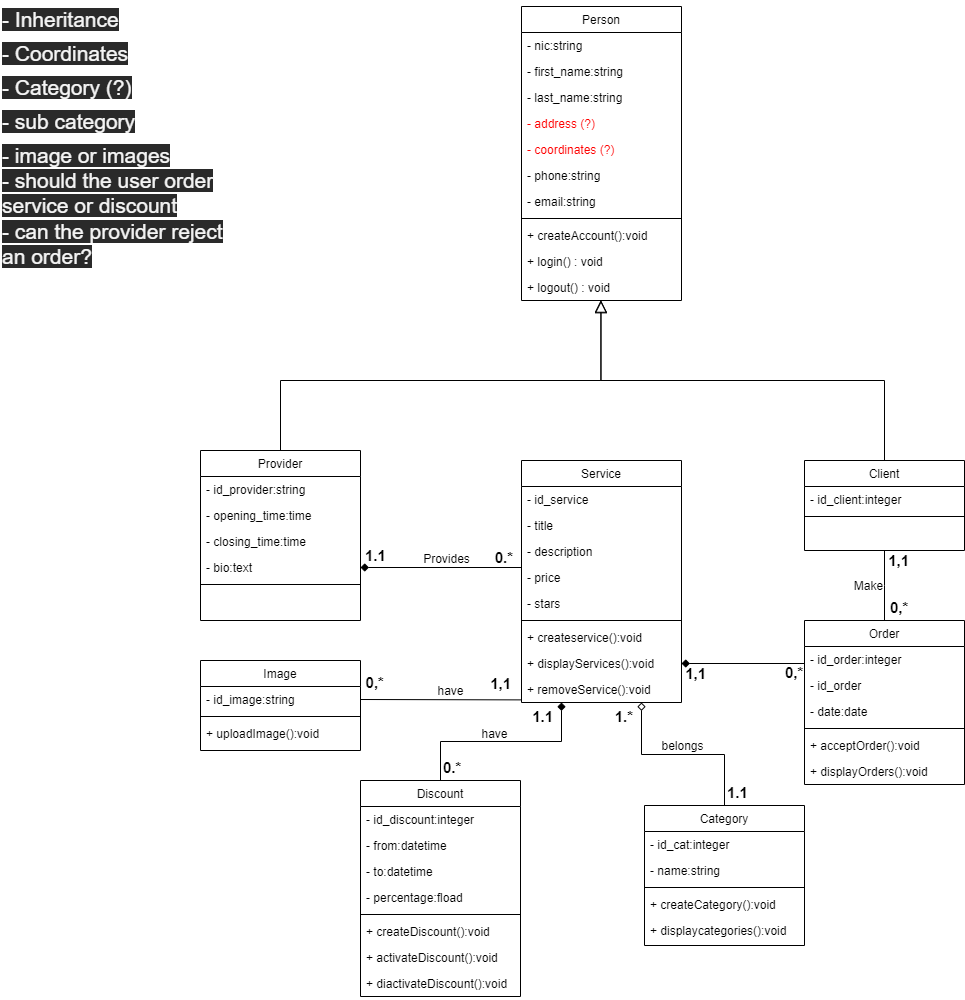
Before: class diagram.drawio.png, a diagram exported from draw.io (GHamza-Dev/wafin-design-and-conception). Source tidied: cells renumbered, new cells last; positions are measured from the earlier drawing's top-left corner, leaving out a move shared by most shapes.
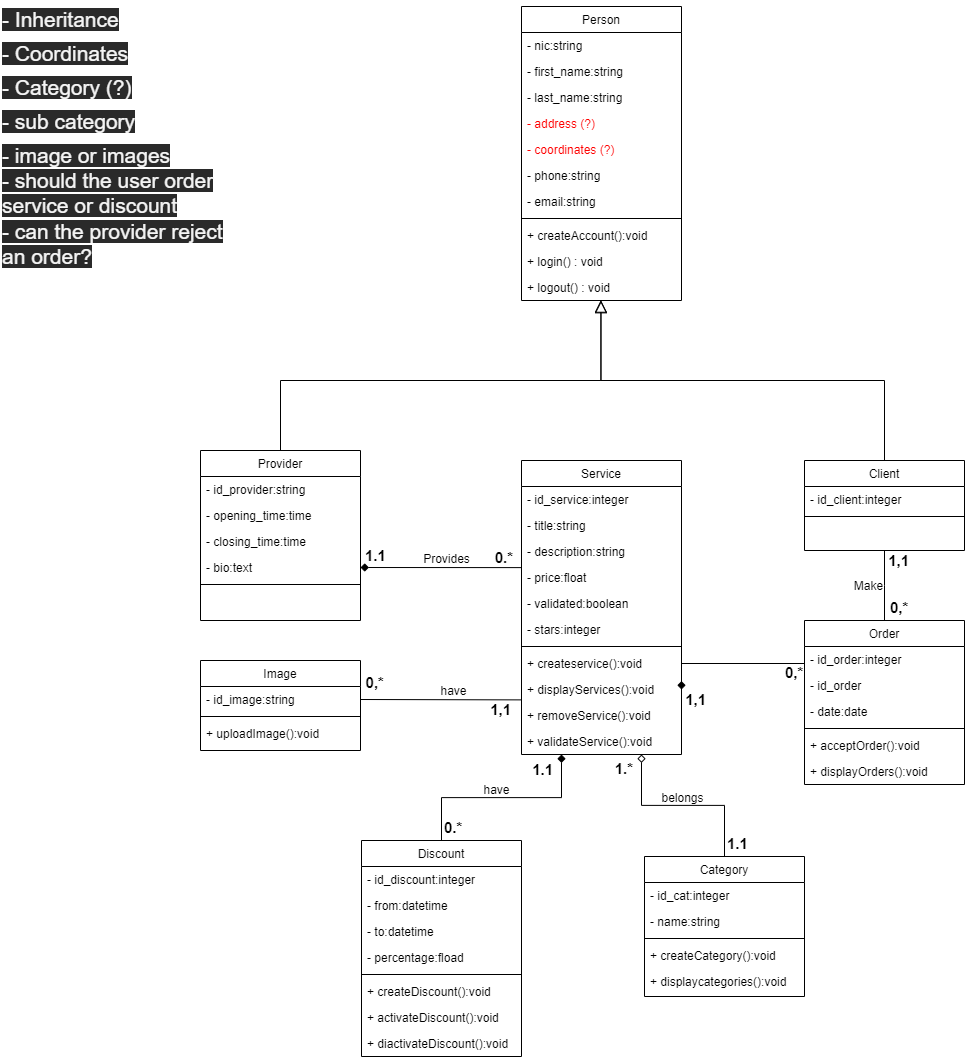
After the commit.

Commit message:
Add validated property and validateService method to service class

Diff of the diagram source:
```diff
@@ -21,35 +21,41 @@
       <mxGeometry y="130" width="160" height="8" as="geometry" />
     </mxCell>
     <mxCell id="8" value="Service" style="swimlane;fontStyle=0;align=center;verticalAlign=top;horizontal=1;startSize=26;rounded=0;shadow=0;strokeWidth=1;" parent="1" vertex="1">
-      <mxGeometry x="521" y="460" width="160" height="242" as="geometry" />
+      <mxGeometry x="521" y="460" width="160" height="294" as="geometry" />
     </mxCell>
-    <mxCell id="9" value="- id_service" style="text;align=left;verticalAlign=top;spacingLeft=4;spacingRight=4;overflow=hidden;" parent="8" vertex="1">
+    <mxCell id="9" value="- id_service:integer" style="text;align=left;verticalAlign=top;spacingLeft=4;spacingRight=4;overflow=hidden;" parent="8" vertex="1">
       <mxGeometry y="26" width="160" height="26" as="geometry" />
     </mxCell>
-    <mxCell id="10" value="- title" style="text;align=left;verticalAlign=top;spacingLeft=4;spacingRight=4;overflow=hidden;rounded=0;shadow=0;html=0;" parent="8" vertex="1">
+    <mxCell id="10" value="- title:string" style="text;align=left;verticalAlign=top;spacingLeft=4;spacingRight=4;overflow=hidden;rounded=0;shadow=0;html=0;" parent="8" vertex="1">
       <mxGeometry y="52" width="160" height="26" as="geometry" />
     </mxCell>
-    <mxCell id="11" value="- description" style="text;align=left;verticalAlign=top;spacingLeft=4;spacingRight=4;overflow=hidden;rounded=0;shadow=0;html=0;" parent="8" vertex="1">
+    <mxCell id="11" value="- description:string" style="text;align=left;verticalAlign=top;spacingLeft=4;spacingRight=4;overflow=hidden;rounded=0;shadow=0;html=0;" parent="8" vertex="1">
       <mxGeometry y="78" width="160" height="26" as="geometry" />
     </mxCell>
-    <mxCell id="12" value="- price" style="text;align=left;verticalAlign=top;spacingLeft=4;spacingRight=4;overflow=hidden;points=[[0,0.5],[1,0.5]];portConstraint=eastwest;rounded=0;shadow=0;html=0;" parent="8" vertex="1">
+    <mxCell id="12" value="- price:float" style="text;align=left;verticalAlign=top;spacingLeft=4;spacingRight=4;overflow=hidden;points=[[0,0.5],[1,0.5]];portConstraint=eastwest;rounded=0;shadow=0;html=0;" parent="8" vertex="1">
       <mxGeometry y="104" width="160" height="26" as="geometry" />
     </mxCell>
+    <mxCell id="85" value="- validated:boolean" style="text;align=left;verticalAlign=top;spacingLeft=4;spacingRight=4;overflow=hidden;rounded=0;shadow=0;html=0;" parent="8" vertex="1">
+      <mxGeometry y="130" width="160" height="26" as="geometry" />
+    </mxCell>
-    <mxCell id="13" value="- stars" style="text;align=left;verticalAlign=top;spacingLeft=4;spacingRight=4;overflow=hidden;rounded=0;shadow=0;html=0;" parent="8" vertex="1">
-      <mxGeometry y="130" width="160" height="26" as="geometry" />
+    <mxCell id="13" value="- stars:integer" style="text;align=left;verticalAlign=top;spacingLeft=4;spacingRight=4;overflow=hidden;rounded=0;shadow=0;html=0;" parent="8" vertex="1">
+      <mxGeometry y="156" width="160" height="26" as="geometry" />
     </mxCell>
     <mxCell id="14" style="line;html=1;strokeWidth=1;align=left;verticalAlign=middle;spacingTop=-1;spacingLeft=3;spacingRight=3;labelPosition=right;" parent="8" vertex="1">
-      <mxGeometry y="156" width="160" height="8" as="geometry" />
+      <mxGeometry y="182" width="160" height="8" as="geometry" />
     </mxCell>
     <mxCell id="15" value="+ createservice():void" style="text;align=left;verticalAlign=top;spacingLeft=4;spacingRight=4;overflow=hidden;" parent="8" vertex="1">
-      <mxGeometry y="164" width="160" height="26" as="geometry" />
+      <mxGeometry y="190" width="160" height="26" as="geometry" />
     </mxCell>
     <mxCell id="16" value="+ displayServices():void" style="text;align=left;verticalAlign=top;spacingLeft=4;spacingRight=4;overflow=hidden;points=[[0,0.5],[1,0.5]];portConstraint=eastwest;" parent="8" vertex="1">
-      <mxGeometry y="190" width="160" height="26" as="geometry" />
+      <mxGeometry y="216" width="160" height="26" as="geometry" />
     </mxCell>
     <mxCell id="17" value="+ removeService():void" style="text;align=left;verticalAlign=top;spacingLeft=4;spacingRight=4;overflow=hidden;points=[[0,0.5],[1,0.5]];portConstraint=eastwest;" parent="8" vertex="1">
-      <mxGeometry y="216" width="160" height="26" as="geometry" />
+      <mxGeometry y="242" width="160" height="26" as="geometry" />
     </mxCell>
+    <mxCell id="86" value="+ validateService():void" style="text;align=left;verticalAlign=top;spacingLeft=4;spacingRight=4;overflow=hidden;" parent="8" vertex="1">
+      <mxGeometry y="268" width="160" height="26" as="geometry" />
+    </mxCell>
     <mxCell id="18" value="Client" style="swimlane;fontStyle=0;align=center;verticalAlign=top;horizontal=1;startSize=26;rounded=0;shadow=0;strokeWidth=1;" parent="1" vertex="1">
       <mxGeometry x="804" y="460" width="160" height="90" as="geometry" />
     </mxCell>
@@ -111,7 +117,7 @@
       </mxGeometry>
     </mxCell>
     <mxCell id="35" value="Discount" style="swimlane;fontStyle=0;align=center;verticalAlign=top;horizontal=1;startSize=26;rounded=0;shadow=0;strokeWidth=1;" parent="1" vertex="1">
-      <mxGeometry x="360" y="780" width="160" height="216" as="geometry" />
+      <mxGeometry x="361" y="840" width="160" height="216" as="geometry" />
     </mxCell>
     <mxCell id="36" value="- id_discount:integer" style="text;align=left;verticalAlign=top;spacingLeft=4;spacingRight=4;overflow=hidden;" parent="35" vertex="1">
       <mxGeometry y="26" width="160" height="26" as="geometry" />
@@ -138,7 +144,7 @@
       <mxGeometry y="190" width="160" height="26" as="geometry" />
     </mxCell>
     <mxCell id="44" value="Category" style="swimlane;fontStyle=0;align=center;verticalAlign=top;horizontal=1;startSize=26;rounded=0;shadow=0;strokeWidth=1;" parent="1" vertex="1">
-      <mxGeometry x="644" y="805" width="160" height="140" as="geometry" />
+      <mxGeometry x="644" y="856" width="160" height="140" as="geometry" />
     </mxCell>
     <mxCell id="45" value="- id_cat:integer" style="text;align=left;verticalAlign=top;spacingLeft=4;spacingRight=4;overflow=hidden;" parent="44" vertex="1">
       <mxGeometry y="26" width="160" height="26" as="geometry" />
```
